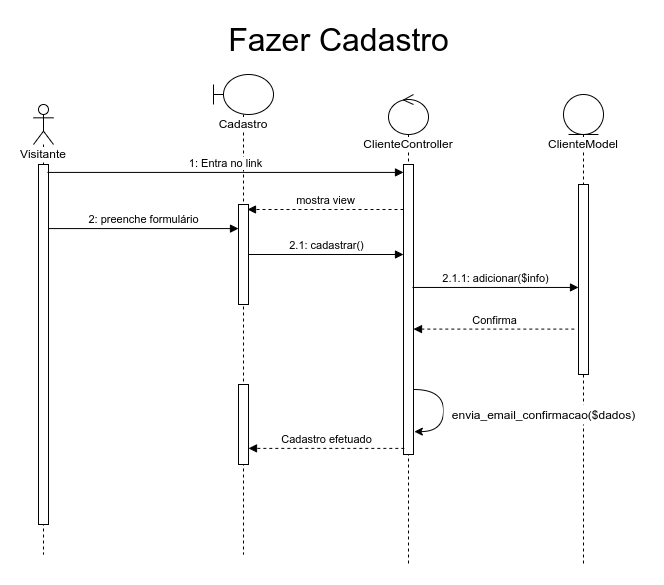
The draw.io diagram docs/Diagramas/Diagrama-Sequência/Sequencia-Fazer Cadastro.drawio.png in joaopaulo7/GCC188-Projeto-Final, before a commit. Source tidied: cells renumbered, new cells last; positions are measured from the earlier drawing's top-left corner, leaving out a move shared by most shapes.
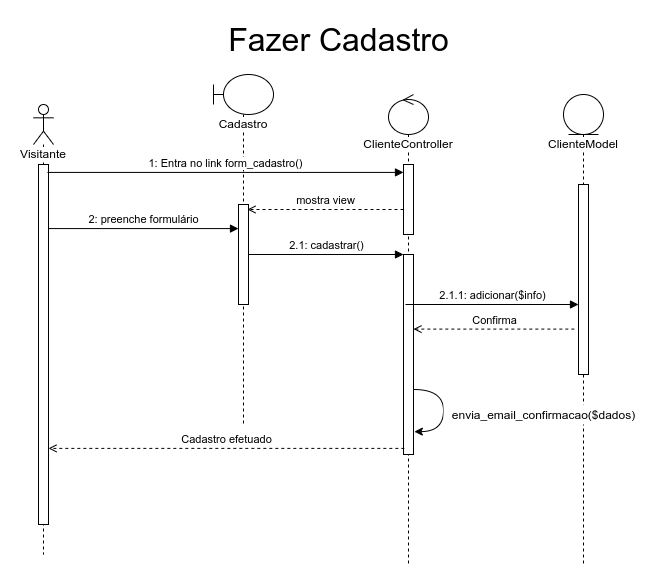
After the commit.

The edit, as a diff of the source:
```diff
@@ -9,19 +9,16 @@
       <mxGeometry x="5" y="60" width="10" height="360" as="geometry" />
     </mxCell>
     <mxCell id="4" value="&lt;span style=&quot;background-color: rgb(255 , 255 , 255)&quot;&gt;Cadastro&lt;/span&gt;" style="shape=umlLifeline;participant=umlBoundary;perimeter=lifelinePerimeter;whiteSpace=wrap;html=1;verticalAlign=top;spacingTop=36;" parent="1" vertex="1">
-      <mxGeometry x="180" y="50" width="60" height="480" as="geometry" />
+      <mxGeometry x="180" y="50" width="60" height="350" as="geometry" />
     </mxCell>
     <mxCell id="5" style="html=1;points=[];perimeter=orthogonalPerimeter;fillColor=default;" parent="4" vertex="1">
       <mxGeometry x="25" y="130" width="10" height="100" as="geometry" />
     </mxCell>
-    <mxCell id="6" style="html=1;points=[];perimeter=orthogonalPerimeter;labelBackgroundColor=#FFFFFF;fillColor=default;" parent="4" vertex="1">
-      <mxGeometry x="25" y="310" width="10" height="80" as="geometry" />
-    </mxCell>
     <mxCell id="7" value="&lt;span style=&quot;background-color: rgb(255 , 255 , 255)&quot;&gt;ClienteController&lt;/span&gt;" style="shape=umlLifeline;participant=umlControl;perimeter=lifelinePerimeter;whiteSpace=wrap;html=1;verticalAlign=top;spacingTop=36;fillColor=default;" parent="1" vertex="1">
       <mxGeometry x="355" y="70" width="40" height="470" as="geometry" />
     </mxCell>
     <mxCell id="8" style="html=1;points=[];perimeter=orthogonalPerimeter;labelBackgroundColor=#FFFFFF;fillColor=default;" parent="7" vertex="1">
-      <mxGeometry x="15" y="70" width="10" height="290" as="geometry" />
+      <mxGeometry x="15" y="160" width="10" height="200" as="geometry" />
     </mxCell>
     <mxCell id="9" style="edgeStyle=orthogonalEdgeStyle;rounded=0;orthogonalLoop=1;jettySize=auto;html=1;entryX=1.083;entryY=0.824;entryDx=0;entryDy=0;entryPerimeter=0;curved=1;" parent="7" edge="1">
       <mxGeometry relative="1" as="geometry">
@@ -33,6 +30,9 @@
         </Array>
       </mxGeometry>
     </mxCell>
+    <mxCell id="21" style="html=1;points=[];perimeter=orthogonalPerimeter;" parent="7" vertex="1">
+      <mxGeometry x="15" y="70" width="10" height="70" as="geometry" />
+    </mxCell>
     <mxCell id="10" value="2: preenche formulário" style="html=1;verticalAlign=bottom;endArrow=block;rounded=0;exitX=1;exitY=0.178;exitDx=0;exitDy=0;exitPerimeter=0;" parent="1" edge="1" source="3" target="5">
       <mxGeometry relative="1" as="geometry" />
     </mxCell>
@@ -42,10 +42,10 @@
     <mxCell id="12" style="html=1;points=[];perimeter=orthogonalPerimeter;labelBackgroundColor=#FFFFFF;fillColor=default;" parent="11" vertex="1">
       <mxGeometry x="15" y="90" width="10" height="190" as="geometry" />
     </mxCell>
-    <mxCell id="13" value="2.1.1: adicionar($info)" style="html=1;verticalAlign=bottom;endArrow=block;rounded=0;exitX=0.9;exitY=0.424;exitDx=0;exitDy=0;exitPerimeter=0;" parent="1" edge="1" source="8" target="12">
+    <mxCell id="13" value="2.1.1: adicionar($info)" style="html=1;verticalAlign=bottom;endArrow=block;rounded=0;exitX=0.2;exitY=0.25;exitDx=0;exitDy=0;exitPerimeter=0;" parent="1" edge="1" source="8" target="12">
       <mxGeometry relative="1" as="geometry" />
     </mxCell>
-    <mxCell id="14" value="Confirma" style="html=1;verticalAlign=bottom;endArrow=block;rounded=0;exitX=-0.417;exitY=0.761;exitDx=0;exitDy=0;exitPerimeter=0;dashed=1;" parent="1" edge="1" source="12">
+    <mxCell id="14" value="Confirma" style="html=1;verticalAlign=bottom;endArrow=open;rounded=0;exitX=-0.417;exitY=0.761;exitDx=0;exitDy=0;exitPerimeter=0;dashed=1;endFill=0;" parent="1" edge="1" source="12">
       <mxGeometry relative="1" as="geometry">
         <mxPoint x="380" y="304.6" as="targetPoint" />
       </mxGeometry>
@@ -53,7 +53,7 @@
     <mxCell id="15" value="envia_email_confirmacao($dados)" style="text;html=1;align=center;verticalAlign=middle;strokeColor=none;fillColor=default;" parent="1" vertex="1">
       <mxGeometry x="410" y="380" width="200" height="20" as="geometry" />
     </mxCell>
-    <mxCell id="16" value="Cadastro efetuado" style="html=1;verticalAlign=bottom;endArrow=block;rounded=0;exitX=0.083;exitY=0.953;exitDx=0;exitDy=0;exitPerimeter=0;dashed=1;" parent="1" edge="1" target="6">
+    <mxCell id="16" value="Cadastro efetuado" style="html=1;verticalAlign=bottom;endArrow=open;rounded=0;exitX=0.083;exitY=0.953;exitDx=0;exitDy=0;exitPerimeter=0;dashed=1;endFill=0;" parent="1" edge="1" target="3">
       <mxGeometry relative="1" as="geometry">
         <mxPoint x="370.8" y="423.9" as="sourcePoint" />
       </mxGeometry>
@@ -64,10 +64,10 @@
     <mxCell id="18" value="2.1: cadastrar()" style="html=1;verticalAlign=bottom;endArrow=block;rounded=0;" parent="1" edge="1" source="5" target="8">
       <mxGeometry relative="1" as="geometry" />
     </mxCell>
-    <mxCell id="19" value="1: Entra no link" style="html=1;verticalAlign=bottom;endArrow=block;rounded=0;exitX=0.9;exitY=0.022;exitDx=0;exitDy=0;exitPerimeter=0;" parent="1" edge="1" source="3" target="8">
+    <mxCell id="19" value="1: Entra no link form_cadastro()" style="html=1;verticalAlign=bottom;endArrow=block;rounded=0;exitX=0.9;exitY=0.022;exitDx=0;exitDy=0;exitPerimeter=0;" parent="1" edge="1" source="3" target="21">
       <mxGeometry relative="1" as="geometry" />
     </mxCell>
-    <mxCell id="20" value="mostra view" style="html=1;verticalAlign=bottom;endArrow=block;rounded=0;dashed=1;entryX=0.9;entryY=0.05;entryDx=0;entryDy=0;entryPerimeter=0;" parent="1" edge="1" source="8" target="5">
+    <mxCell id="20" value="mostra view" style="html=1;verticalAlign=bottom;endArrow=open;rounded=0;dashed=1;entryX=0.9;entryY=0.05;entryDx=0;entryDy=0;entryPerimeter=0;endFill=0;" parent="1" edge="1" source="21" target="5">
       <mxGeometry relative="1" as="geometry" />
     </mxCell>
   </root>
```
